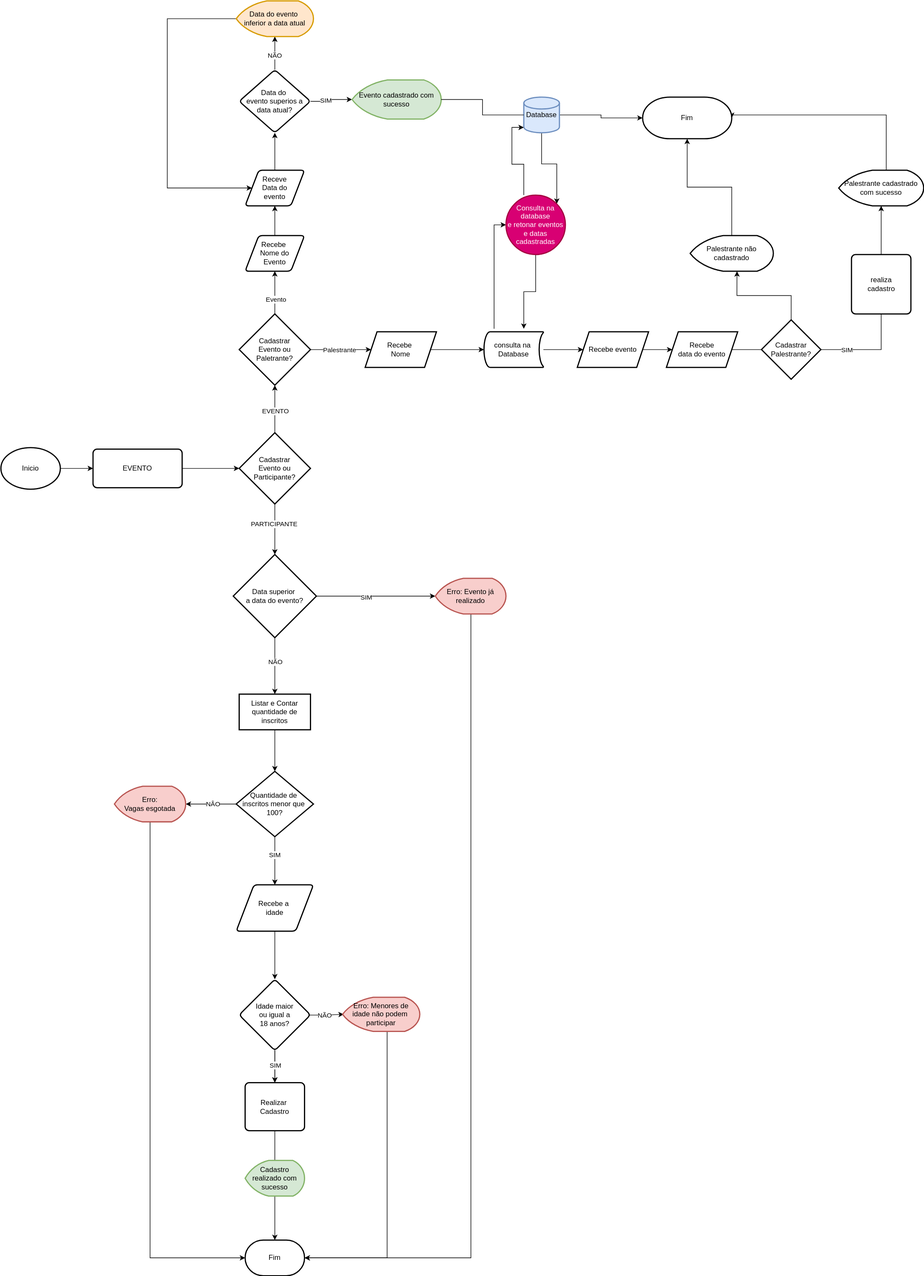
Before: ATIVIDADE-ENCONTRO/Cadastro de Eventos.drawio.svg, a diagram exported from draw.io (orionwork/RESOLUCAO-PROBLEMA). Source tidied: cells renumbered, new cells last; positions are measured from the earlier drawing's top-left corner, leaving out a move shared by most shapes.
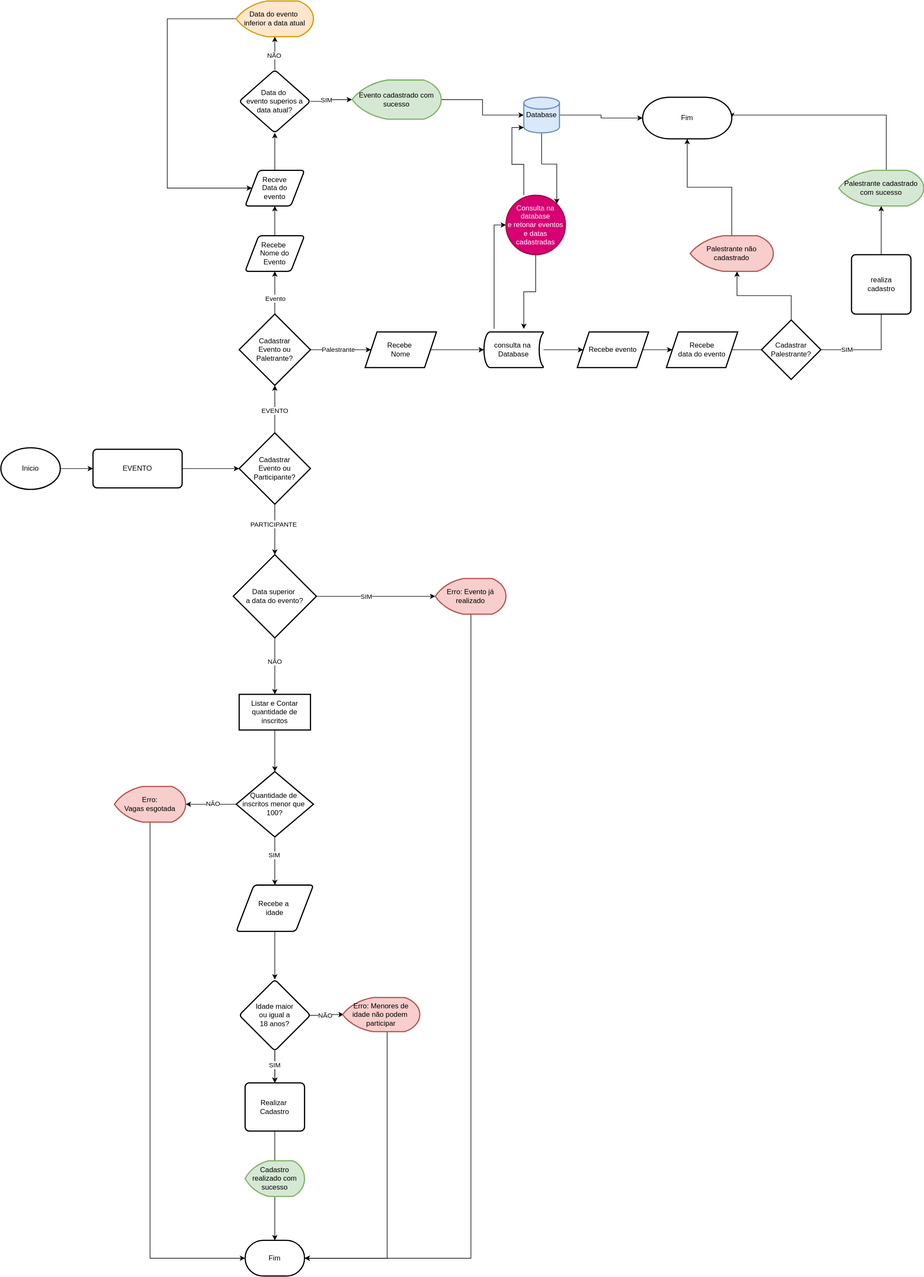
After the change.

Change to the diagram source:
```diff
@@ -212,6 +212,9 @@
     <mxCell id="62" style="edgeStyle=orthogonalEdgeStyle;rounded=0;jettySize=auto;html=1;startArrow=none;" parent="1" edge="1" source="81" target="70">
       <mxGeometry relative="1" as="geometry" />
     </mxCell>
+    <mxCell id="82" style="edgeStyle=orthogonalEdgeStyle;rounded=0;jettySize=auto;html=1;" parent="1" edge="1" source="63" target="81">
+      <mxGeometry relative="1" as="geometry" />
+    </mxCell>
     <mxCell id="63" value="Evento cadastrado com sucesso" style="strokeWidth=2;html=1;shape=mxgraph.flowchart.display;whiteSpace=wrap;fillColor=#d5e8d4;strokeColor=#82b366;" parent="1" vertex="1">
       <mxGeometry x="591" y="133" width="150" height="66" as="geometry" />
     </mxCell>
@@ -245,7 +248,7 @@
         </Array>
       </mxGeometry>
     </mxCell>
-    <mxCell id="69" value="Palestrante cadastrado com sucesso" style="strokeWidth=2;html=1;shape=mxgraph.flowchart.display;whiteSpace=wrap;" parent="1" vertex="1">
+    <mxCell id="69" value="Palestrante cadastrado com sucesso" style="strokeWidth=2;html=1;shape=mxgraph.flowchart.display;whiteSpace=wrap;fillColor=#d5e8d4;strokeColor=#82b366;" parent="1" vertex="1">
       <mxGeometry x="1410" y="285" width="143" height="60" as="geometry" />
     </mxCell>
     <mxCell id="70" value="Fim" style="strokeWidth=2;html=1;shape=mxgraph.flowchart.terminator;whiteSpace=wrap;" parent="1" vertex="1">
@@ -263,7 +266,7 @@
     <mxCell id="74" style="edgeStyle=orthogonalEdgeStyle;rounded=0;jettySize=auto;html=1;entryX=0.5;entryY=1;entryDx=0;entryDy=0;entryPerimeter=0;" parent="1" edge="1" source="75" target="70">
       <mxGeometry relative="1" as="geometry" />
     </mxCell>
-    <mxCell id="75" value="Palestrante não cadastrado" style="strokeWidth=2;html=1;shape=mxgraph.flowchart.display;whiteSpace=wrap;" parent="1" vertex="1">
+    <mxCell id="75" value="Palestrante não cadastrado" style="strokeWidth=2;html=1;shape=mxgraph.flowchart.display;whiteSpace=wrap;fillColor=#f8cecc;strokeColor=#b85450;" parent="1" vertex="1">
       <mxGeometry x="1160" y="395" width="140" height="60" as="geometry" />
     </mxCell>
     <mxCell id="76" value="Cadastro realizado com sucesso" style="strokeWidth=2;html=1;shape=mxgraph.flowchart.display;whiteSpace=wrap;fillColor=#d5e8d4;strokeColor=#82b366;" parent="1" vertex="1">
@@ -284,9 +287,6 @@
     <mxCell id="81" value="Database" style="strokeWidth=2;html=1;shape=mxgraph.flowchart.database;whiteSpace=wrap;fillColor=#dae8fc;strokeColor=#6c8ebf;" parent="1" vertex="1">
       <mxGeometry x="880" y="162" width="60" height="60" as="geometry" />
     </mxCell>
-    <mxCell id="82" style="edgeStyle=orthogonalEdgeStyle;rounded=0;jettySize=auto;html=1;endArrow=none;" parent="1" edge="1" source="63" target="81">
-      <mxGeometry relative="1" as="geometry" />
-    </mxCell>
     <mxCell id="83" style="edgeStyle=orthogonalEdgeStyle;rounded=0;jettySize=auto;html=1;entryX=0;entryY=0.85;entryDx=0;entryDy=0;entryPerimeter=0;" parent="1" edge="1" source="85" target="81">
       <mxGeometry relative="1" as="geometry">
         <Array as="points">
```
